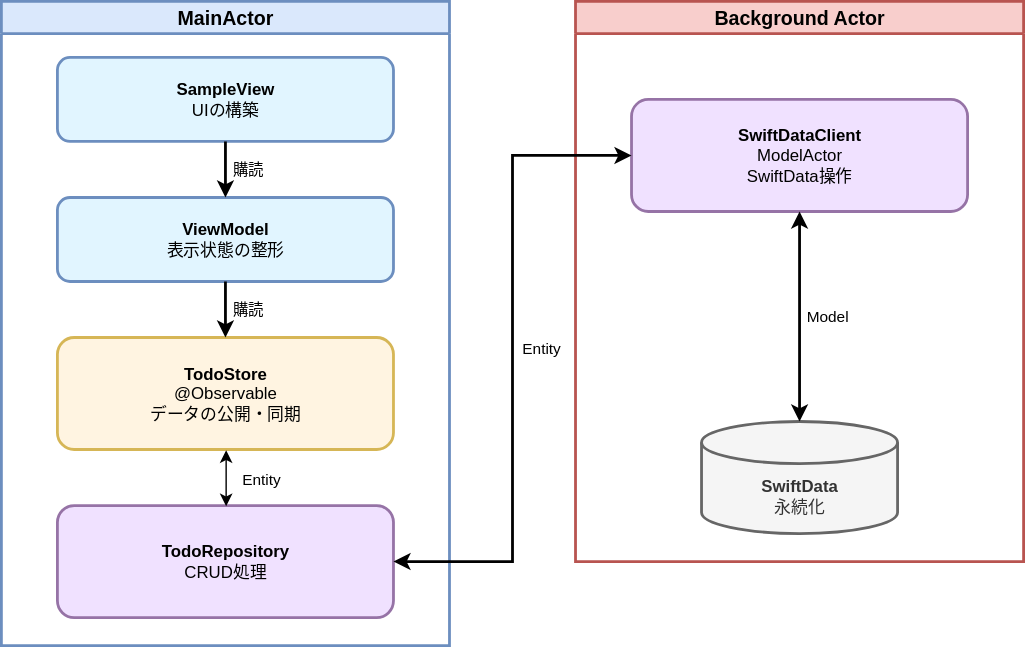
The draw.io diagram docs/images/swiftdata-architecture.svg in suffle8422/mobile-act-17-sample-code, before a commit. Source tidied: cells renumbered, new cells last; positions are measured from the earlier drawing's top-left corner, leaving out a move shared by most shapes.
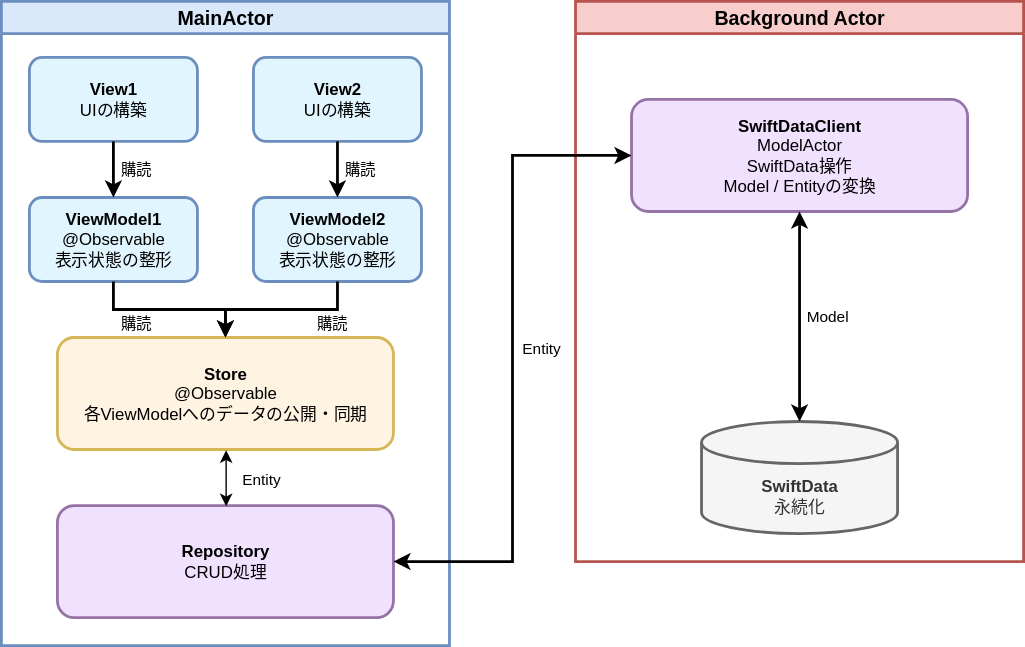
The same file after the commit.

What changed in the source:
```diff
@@ -5,16 +5,16 @@
     <mxCell id="2" value="MainActor" style="swimlane;whiteSpace=wrap;html=1;strokeWidth=2;fillColor=#dae8fc;strokeColor=#6c8ebf;fontStyle=1;fontSize=14;" parent="1" vertex="1">
       <mxGeometry width="320" height="460" as="geometry" />
     </mxCell>
-    <mxCell id="3" value="&lt;b&gt;SampleView&lt;/b&gt;&lt;br&gt;UIの構築" style="rounded=1;whiteSpace=wrap;html=1;fillColor=#e1f5ff;strokeColor=#6c8ebf;strokeWidth=2;fontSize=12;" parent="2" vertex="1">
-      <mxGeometry x="40" y="40" width="240" height="60" as="geometry" />
+    <mxCell id="3" value="&lt;b&gt;View2&lt;/b&gt;&lt;br&gt;UIの構築" style="rounded=1;whiteSpace=wrap;html=1;fillColor=#e1f5ff;strokeColor=#6c8ebf;strokeWidth=2;fontSize=12;" parent="2" vertex="1">
+      <mxGeometry x="180" y="40" width="120" height="60" as="geometry" />
     </mxCell>
-    <mxCell id="4" value="&lt;b&gt;ViewModel&lt;/b&gt;&lt;br&gt;表示状態の整形" style="rounded=1;whiteSpace=wrap;html=1;fillColor=#e1f5ff;strokeColor=#6c8ebf;strokeWidth=2;fontSize=12;" parent="2" vertex="1">
-      <mxGeometry x="40" y="140" width="240" height="60" as="geometry" />
+    <mxCell id="4" value="&lt;b&gt;ViewModel2&lt;/b&gt;&lt;div&gt;@Observable&lt;br&gt;表示状態の整形&lt;/div&gt;" style="rounded=1;whiteSpace=wrap;html=1;fillColor=#e1f5ff;strokeColor=#6c8ebf;strokeWidth=2;fontSize=12;" parent="2" vertex="1">
+      <mxGeometry x="180" y="140" width="120" height="60" as="geometry" />
     </mxCell>
-    <mxCell id="5" value="&lt;b&gt;TodoStore&lt;/b&gt;&lt;br&gt;@Observable&lt;br&gt;データの公開・同期" style="rounded=1;whiteSpace=wrap;html=1;fillColor=#fff4e1;strokeColor=#d6b656;strokeWidth=2;fontSize=12;" parent="2" vertex="1">
+    <mxCell id="5" value="&lt;b&gt;Store&lt;/b&gt;&lt;br&gt;@Observable&lt;br&gt;各ViewModelへのデータの公開・同期" style="rounded=1;whiteSpace=wrap;html=1;fillColor=#fff4e1;strokeColor=#d6b656;strokeWidth=2;fontSize=12;" parent="2" vertex="1">
       <mxGeometry x="40" y="240" width="240" height="80" as="geometry" />
     </mxCell>
-    <mxCell id="6" value="&lt;b&gt;TodoRepository&lt;/b&gt;&lt;br&gt;CRUD処理" style="rounded=1;whiteSpace=wrap;html=1;fillColor=#f0e1ff;strokeColor=#9673a6;strokeWidth=2;fontSize=12;" parent="2" vertex="1">
+    <mxCell id="6" value="&lt;b&gt;Repository&lt;/b&gt;&lt;br&gt;CRUD処理" style="rounded=1;whiteSpace=wrap;html=1;fillColor=#f0e1ff;strokeColor=#9673a6;strokeWidth=2;fontSize=12;" parent="2" vertex="1">
       <mxGeometry x="40" y="360" width="240" height="80" as="geometry" />
     </mxCell>
     <mxCell id="7" style="edgeStyle=orthogonalEdgeStyle;rounded=0;jettySize=auto;html=1;exitX=0.5;exitY=0;exitDx=0;exitDy=0;entryX=0.5;entryY=1;entryDx=0;entryDy=0;labelBackgroundColor=none;align=right;startArrow=classic;startFill=1;" parent="2" edge="1" source="6" target="5">
@@ -25,10 +25,29 @@
         <mxPoint x="13" as="offset" />
       </mxGeometry>
     </mxCell>
+    <mxCell id="16" value="&lt;b&gt;View1&lt;/b&gt;&lt;br&gt;UIの構築" style="rounded=1;whiteSpace=wrap;html=1;fillColor=#e1f5ff;strokeColor=#6c8ebf;strokeWidth=2;fontSize=12;" parent="2" vertex="1">
+      <mxGeometry x="20" y="40" width="120" height="60" as="geometry" />
+    </mxCell>
+    <mxCell id="17" value="&lt;b&gt;ViewModel1&lt;/b&gt;&lt;div&gt;@Observable&lt;br&gt;表示状態の整形&lt;/div&gt;" style="rounded=1;whiteSpace=wrap;html=1;fillColor=#e1f5ff;strokeColor=#6c8ebf;strokeWidth=2;fontSize=12;" parent="2" vertex="1">
+      <mxGeometry x="20" y="140" width="120" height="60" as="geometry" />
+    </mxCell>
+    <mxCell id="13" value="&lt;span&gt;&amp;nbsp;購読&lt;/span&gt;" style="edgeStyle=orthogonalEdgeStyle;rounded=0;jettySize=auto;html=1;strokeWidth=2;fontSize=11;labelBackgroundColor=none;align=left;exitX=0.5;exitY=1;exitDx=0;exitDy=0;entryX=0.5;entryY=0;entryDx=0;entryDy=0;" parent="2" edge="1" source="16" target="17">
+      <mxGeometry relative="1" as="geometry">
+        <Array as="points">
+          <mxPoint x="80" y="100" />
+        </Array>
+      </mxGeometry>
+    </mxCell>
+    <mxCell id="18" value="&lt;span&gt;&amp;nbsp;購読&lt;/span&gt;" style="edgeStyle=orthogonalEdgeStyle;rounded=0;jettySize=auto;html=1;strokeWidth=2;fontSize=11;labelBackgroundColor=none;align=left;exitX=0.5;exitY=1;exitDx=0;exitDy=0;entryX=0.5;entryY=0;entryDx=0;entryDy=0;" parent="2" edge="1" source="3" target="4">
+      <mxGeometry relative="1" as="geometry" />
+    </mxCell>
+    <mxCell id="19" value="&lt;span&gt;&amp;nbsp;購読&lt;/span&gt;" style="edgeStyle=orthogonalEdgeStyle;rounded=0;jettySize=auto;html=1;strokeWidth=2;fontSize=11;labelBackgroundColor=none;align=left;exitX=0.5;exitY=1;exitDx=0;exitDy=0;entryX=0.5;entryY=0;entryDx=0;entryDy=0;" parent="2" edge="1" source="17" target="5">
+      <mxGeometry x="-0.67" y="-10" relative="1" as="geometry" />
+    </mxCell>
     <mxCell id="9" value="Background Actor" style="swimlane;whiteSpace=wrap;html=1;strokeWidth=2;fillColor=#f8cecc;strokeColor=#b85450;fontStyle=1;fontSize=14;" parent="1" vertex="1">
       <mxGeometry x="410" width="320" height="400" as="geometry" />
     </mxCell>
-    <mxCell id="10" value="&lt;b&gt;SwiftDataClient&lt;/b&gt;&lt;br&gt;ModelActor&lt;br&gt;SwiftData操作" style="rounded=1;whiteSpace=wrap;html=1;fillColor=#f0e1ff;strokeColor=#9673a6;strokeWidth=2;fontSize=12;" parent="9" vertex="1">
+    <mxCell id="10" value="&lt;b&gt;SwiftDataClient&lt;/b&gt;&lt;br&gt;ModelActor&lt;br&gt;SwiftData操作&lt;div&gt;Model / Entityの変換&lt;/div&gt;" style="rounded=1;whiteSpace=wrap;html=1;fillColor=#f0e1ff;strokeColor=#9673a6;strokeWidth=2;fontSize=12;" parent="9" vertex="1">
       <mxGeometry x="40" y="70" width="240" height="80" as="geometry" />
     </mxCell>
     <mxCell id="11" value="&lt;b&gt;SwiftData&lt;/b&gt;&lt;br&gt;永続化" style="shape=cylinder3;whiteSpace=wrap;html=1;boundedLbl=1;backgroundOutline=1;size=15;fillColor=#f5f5f5;strokeColor=#666666;strokeWidth=2;fontSize=12;fontColor=#333333;" parent="9" vertex="1">
@@ -37,11 +56,8 @@
     <mxCell id="12" value="&lt;span&gt;&amp;nbsp;Model&lt;/span&gt;" style="edgeStyle=orthogonalEdgeStyle;rounded=0;jettySize=auto;html=1;strokeWidth=2;fontSize=11;endArrow=classic;startArrow=classic;exitX=0.5;exitY=1;exitDx=0;exitDy=0;labelBackgroundColor=none;align=left;" parent="9" edge="1" source="10" target="11">
       <mxGeometry relative="1" as="geometry" />
     </mxCell>
-    <mxCell id="13" value="&lt;span&gt;&amp;nbsp;購読&lt;/span&gt;" style="edgeStyle=orthogonalEdgeStyle;rounded=0;jettySize=auto;html=1;strokeWidth=2;fontSize=11;labelBackgroundColor=none;align=left;" parent="1" edge="1" source="3" target="4">
-      <mxGeometry relative="1" as="geometry" />
-    </mxCell>
     <mxCell id="14" value="&lt;span&gt;&amp;nbsp;購読&lt;/span&gt;" style="edgeStyle=orthogonalEdgeStyle;rounded=0;jettySize=auto;html=1;strokeWidth=2;fontSize=11;labelBackgroundColor=none;align=left;" parent="1" edge="1" source="4" target="5">
-      <mxGeometry relative="1" as="geometry" />
+      <mxGeometry x="-0.33" y="10" relative="1" as="geometry" />
     </mxCell>
     <mxCell id="15" value="&lt;span&gt;&amp;nbsp;&lt;/span&gt;&lt;div&gt;&lt;span&gt;Entity&lt;/span&gt;&lt;/div&gt;" style="edgeStyle=orthogonalEdgeStyle;rounded=0;jettySize=auto;html=1;strokeWidth=2;fontSize=11;endArrow=classic;startArrow=classic;labelBackgroundColor=none;align=left;entryX=0;entryY=0.5;entryDx=0;entryDy=0;" parent="1" edge="1" source="6" target="10">
       <mxGeometry x="0.06" y="-5" relative="1" as="geometry" />
```
